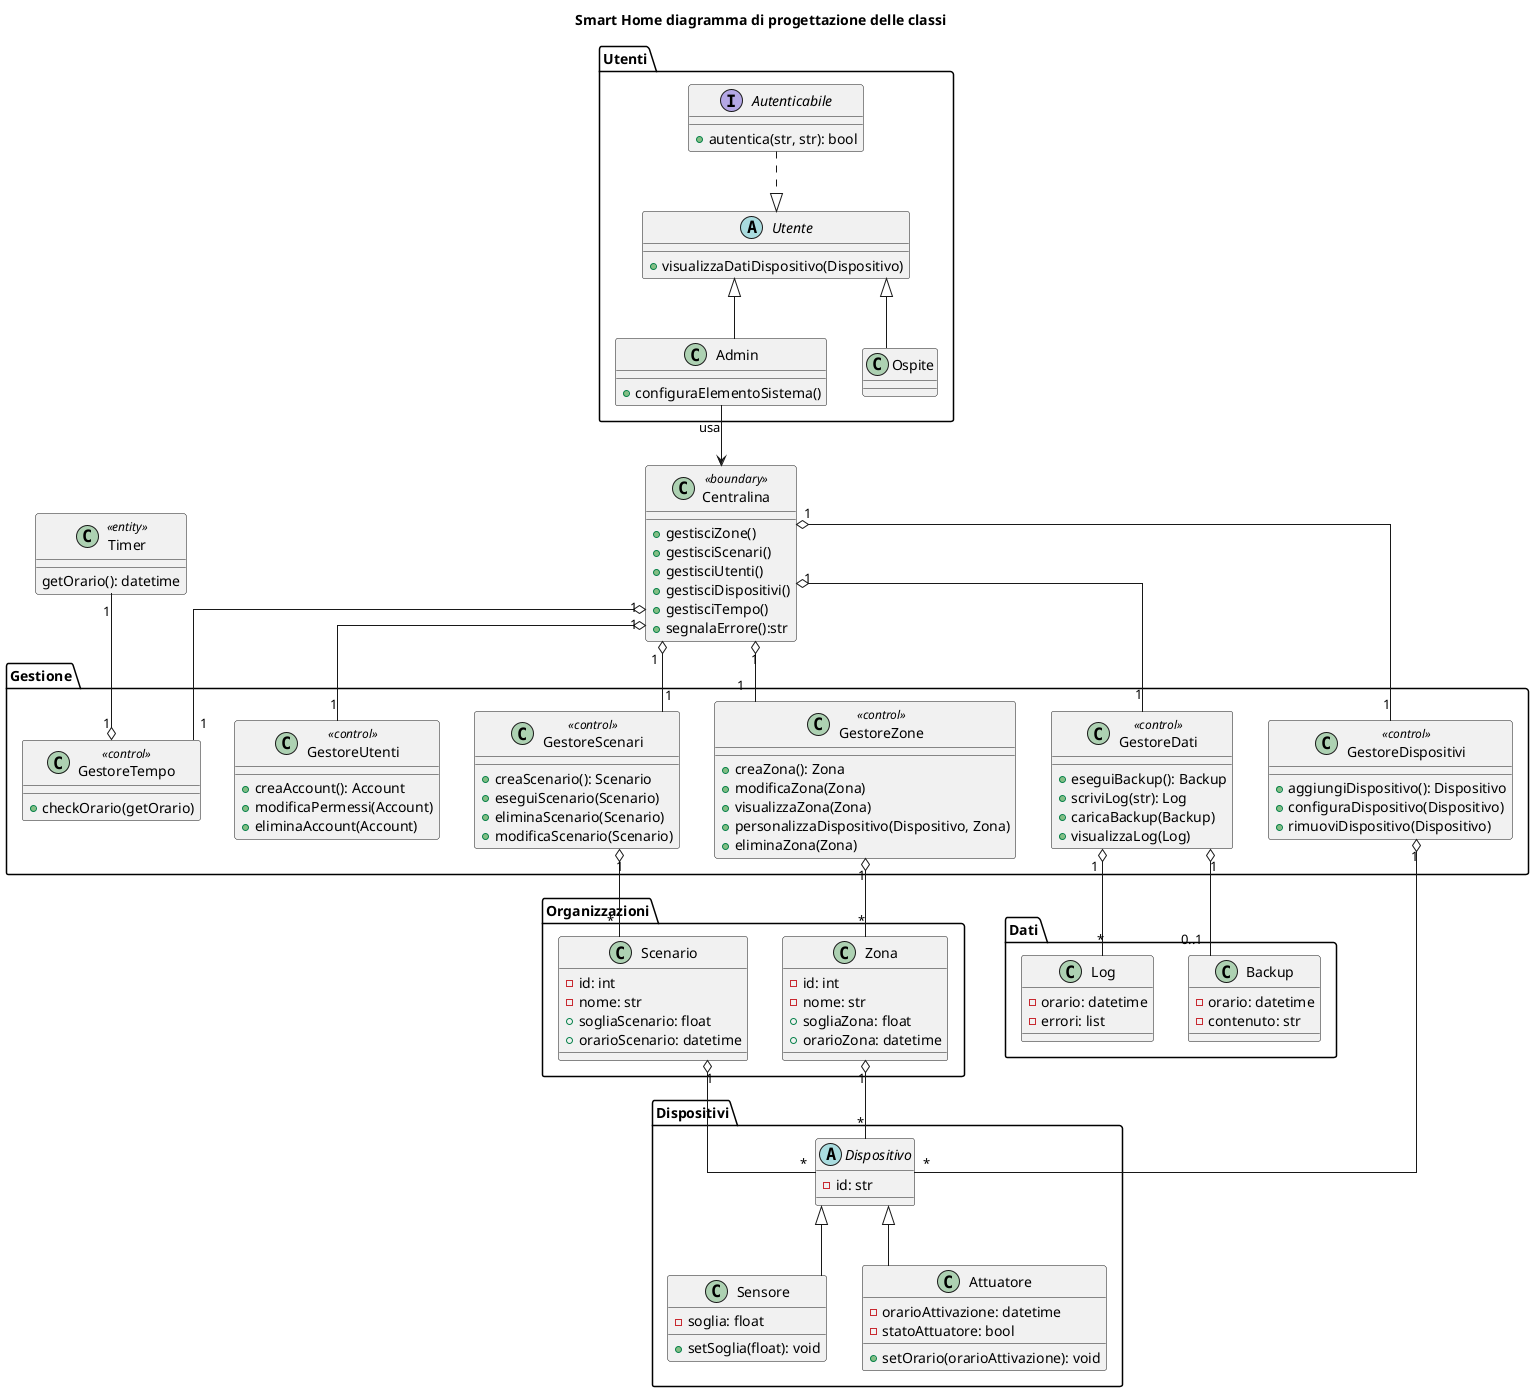
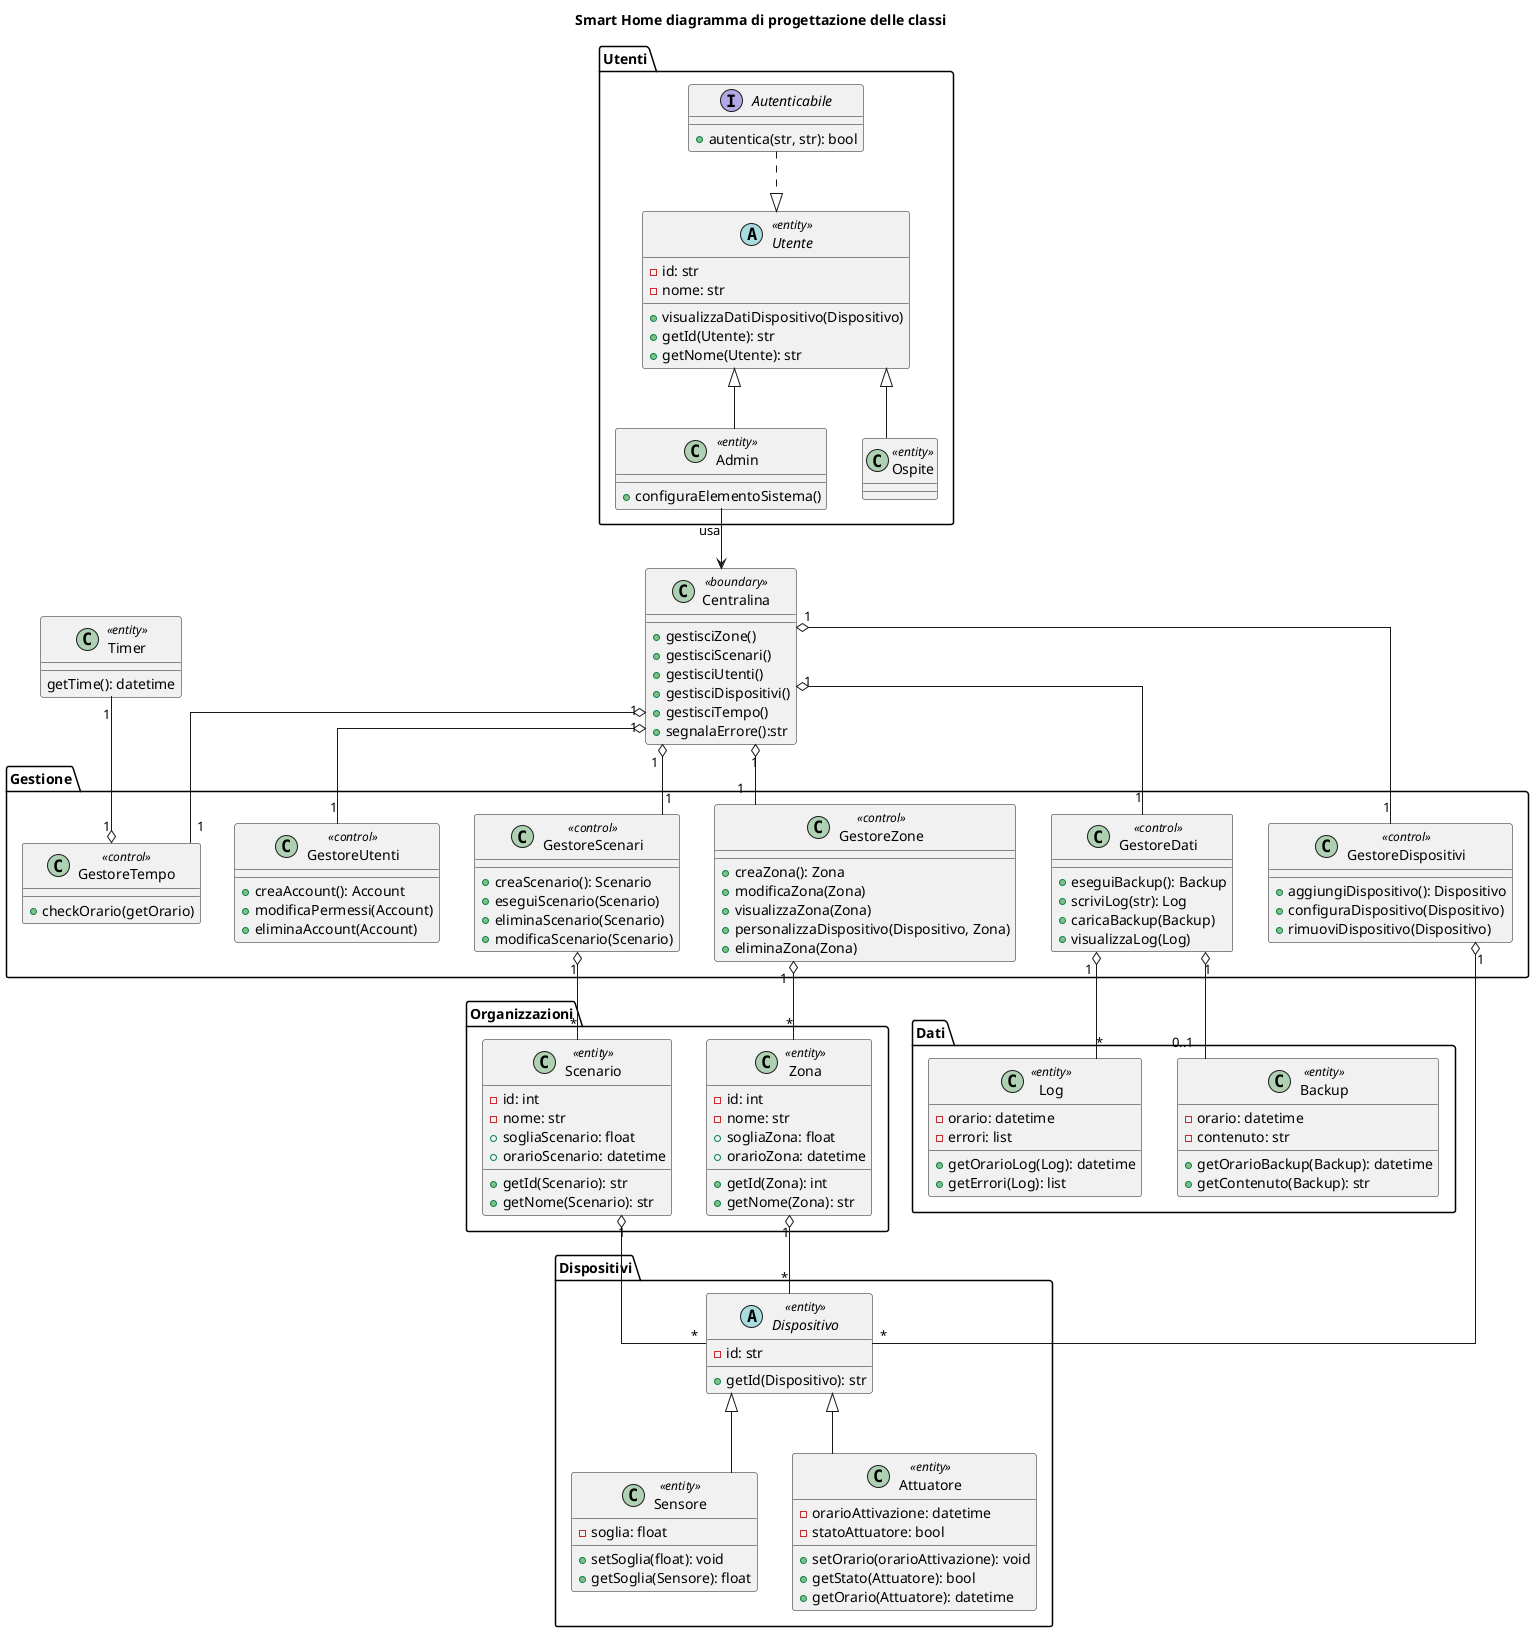
- @startuml classiprogettazione
- 
+ @startuml
title Smart Home diagramma di progettazione delle classi
skinparam linetype ortho

package "Organizzazioni" {
-     class Zona  {
+     class Zona <<entity>> {
        - id: int
        - nome: str
        + sogliaZona: float
-         + orarioZona: datetime
+         +orarioZona: datetime
+         + getId(Zona): int
+         + getNome(Zona): str
    }
-     class Scenario  {
+     class Scenario <<entity>> {
        - id: int
        - nome: str
        + sogliaScenario: float
        + orarioScenario: datetime
+         + getId(Scenario): str
+         + getNome(Scenario): str
    }
}

package "Dati"{
-     class Backup {
+     class Backup <<entity>> {
        - orario: datetime
        - contenuto: str
+         + getOrarioBackup(Backup): datetime
+         + getContenuto(Backup): str
+ 
    }
-     class Log  {
+     class Log <<entity>> {
        - orario: datetime
        - errori: list
+ 
+         +getOrarioLog(Log): datetime
+         + getErrori(Log): list
    }
}

package "Dispositivi" {
-     abstract class Dispositivo {
+     abstract class Dispositivo <<entity>> {
        - id: str
+         + getId(Dispositivo): str
    }
-     class Sensore  extends Dispositivo {
+     class Sensore <<entity>> extends Dispositivo {
        - soglia: float
        + setSoglia(float): void
+         + getSoglia(Sensore): float
    }
-     class Attuatore  extends Dispositivo {
+     class Attuatore <<entity>> extends Dispositivo {
        - orarioAttivazione: datetime
        - statoAttuatore: bool
        + setOrario(orarioAttivazione): void
+         + getStato(Attuatore): bool
+         + getOrario(Attuatore): datetime
    }
+ 
}

package "Gestione" {
    class GestoreZone <<control>> {
        + creaZona(): Zona
        + modificaZona(Zona)
        + visualizzaZona(Zona)
        + personalizzaDispositivo(Dispositivo, Zona)
        + eliminaZona(Zona)
    }
    class GestoreScenari <<control>>  {
        + creaScenario(): Scenario
        + eseguiScenario(Scenario)
        + eliminaScenario(Scenario)
        + modificaScenario(Scenario)
    }
    class GestoreDati <<control>>  {
        + eseguiBackup(): Backup
        + scriviLog(str): Log
        + caricaBackup(Backup)
        + visualizzaLog(Log)
    }
    class GestoreUtenti <<control>> {
        + creaAccount(): Account
        + modificaPermessi(Account)
        + eliminaAccount(Account)
    }
    class GestoreDispositivi <<control>>  {
        + aggiungiDispositivo(): Dispositivo
        + configuraDispositivo(Dispositivo)
        + rimuoviDispositivo(Dispositivo)
    }
    class GestoreTempo <<control>>{
        + checkOrario(getOrario)
    }
}

class Timer <<entity>>{
-     getOrario(): datetime
+     getTime(): datetime
}

package "Utenti" {
-     abstract class Utente {
-         + visualizzaDatiDispositivo(Dispositivo)
+     abstract class Utente <<entity>> {
+     -id: str
+     -nome: str
+     + visualizzaDatiDispositivo(Dispositivo)
+     + getId(Utente): str
+     + getNome(Utente): str
    }
-     class Admin  extends Utente {
+     class Admin <<entity>> extends Utente {
        + configuraElementoSistema()
    }
-     class Ospite  extends Utente
+     class Ospite <<entity>> extends Utente

    interface Autenticabile {
        + autentica(str, str): bool
    }
}

class Centralina <<boundary>> {
    + gestisciZone()
    + gestisciScenari()
    + gestisciUtenti()
    + gestisciDispositivi()
    + gestisciTempo()
    + segnalaErrore():str
}



Admin --> Centralina : usa

Centralina "1" o-down- "1" GestoreZone
Centralina "1" o-down- "1" GestoreScenari
Centralina "1" o-down- "1" GestoreUtenti
Centralina "1" o-down- "1" GestoreDispositivi
Centralina "1" o-down- "1" GestoreDati

GestoreZone "1" o-- "*" Zona
GestoreScenari "1" o-- "*" Scenario
GestoreDispositivi "1" o-- "*" Dispositivo
GestoreDati "1" o-- "0..1" Backup
GestoreDati "1" o-- "*" Log

Zona "1" o-- "*" Dispositivo
Scenario "1" o-- "*" Dispositivo
Autenticabile ..|> Utente

Timer "1" --o "1" GestoreTempo
Centralina "1" o-- "1" GestoreTempo

- @enduml+ 
+ @endum
